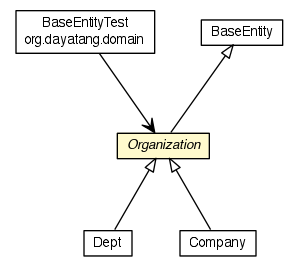
Before: dddlib-domain/testapidocs/org/dayatang/domain/entity/Organization.png, a diagram exported from Graphviz (dayatang/dddlib). Its source is kept beside it as dddlib-domain/testapidocs/org/dayatang/domain/entity/Organization.dot. Its diagram source:
```dot

digraph G {
	edge [fontname="Helvetica",fontsize=10,labelfontname="Helvetica",labelfontsize=10];
	node [fontname="Helvetica",fontsize=10,shape=plaintext];
	nodesep=0.25;
	ranksep=0.5;
	c3923 [label=<<table title="org.dayatang.domain.BaseEntityTest" border="0" cellborder="1" cellspacing="0" cellpadding="2" port="p" href="../BaseEntityTest.html">
		<tr><td><table border="0" cellspacing="0" cellpadding="1">
<tr><td align="center" balign="center"> BaseEntityTest </td></tr>
<tr><td align="center" balign="center"> org.dayatang.domain </td></tr>
		</table></td></tr>
		</table>>, URL="../BaseEntityTest.html", fontname="Helvetica", fontcolor="black", fontsize=10.0];
	c3927 [label=<<table title="org.dayatang.domain.entity.Organization" border="0" cellborder="1" cellspacing="0" cellpadding="2" port="p" bgcolor="lemonChiffon" href="./Organization.html">
		<tr><td><table border="0" cellspacing="0" cellpadding="1">
<tr><td align="center" balign="center"><font face="Helvetica-Oblique"> Organization </font></td></tr>
		</table></td></tr>
		</table>>, URL="./Organization.html", fontname="Helvetica", fontcolor="black", fontsize=10.0];
	c3929 [label=<<table title="org.dayatang.domain.entity.Dept" border="0" cellborder="1" cellspacing="0" cellpadding="2" port="p" href="./Dept.html">
		<tr><td><table border="0" cellspacing="0" cellpadding="1">
<tr><td align="center" balign="center"> Dept </td></tr>
		</table></td></tr>
		</table>>, URL="./Dept.html", fontname="Helvetica", fontcolor="black", fontsize=10.0];
	c3930 [label=<<table title="org.dayatang.domain.entity.Company" border="0" cellborder="1" cellspacing="0" cellpadding="2" port="p" href="./Company.html">
		<tr><td><table border="0" cellspacing="0" cellpadding="1">
<tr><td align="center" balign="center"> Company </td></tr>
		</table></td></tr>
		</table>>, URL="./Company.html", fontname="Helvetica", fontcolor="black", fontsize=10.0];
	c3987:p -> c3927:p [dir=back,arrowtail=empty];
	c3927:p -> c3929:p [dir=back,arrowtail=empty];
	c3927:p -> c3930:p [dir=back,arrowtail=empty];
	c3923:p -> c3927:p [taillabel="", label=" "headlabel="", fontname="Helvetica", fontcolor="black", fontsize=10.0, color="black", arrowhead=open];
	c3987[label=<<table title="BaseEntity" border="0" cellborder="1" cellspacing="0" cellpadding="2" port="p" href="http://java.sun.com/j2se/1.4.2/docs/api//BaseEntity.html">
		<tr><td><table border="0" cellspacing="0" cellpadding="1">
<tr><td align="center" balign="center"> BaseEntity </td></tr>
		</table></td></tr>
		</table>>, fontname="Helvetica", fontcolor="black", fontsize=10.0];
}
```
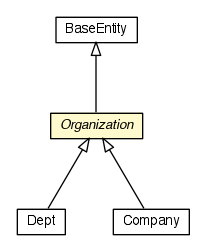
Later version of the same file.

Change to the diagram source:
```diff
@@ -4,32 +4,25 @@
 	node [fontname="Helvetica",fontsize=10,shape=plaintext];
 	nodesep=0.25;
 	ranksep=0.5;
-	c3923 [label=<<table title="org.dayatang.domain.BaseEntityTest" border="0" cellborder="1" cellspacing="0" cellpadding="2" port="p" href="../BaseEntityTest.html">
-		<tr><td><table border="0" cellspacing="0" cellpadding="1">
-<tr><td align="center" balign="center"> BaseEntityTest </td></tr>
-<tr><td align="center" balign="center"> org.dayatang.domain </td></tr>
-		</table></td></tr>
-		</table>>, URL="../BaseEntityTest.html", fontname="Helvetica", fontcolor="black", fontsize=10.0];
-	c3927 [label=<<table title="org.dayatang.domain.entity.Organization" border="0" cellborder="1" cellspacing="0" cellpadding="2" port="p" bgcolor="lemonChiffon" href="./Organization.html">
+	c3913 [label=<<table title="org.dayatang.domain.entity.Organization" border="0" cellborder="1" cellspacing="0" cellpadding="2" port="p" bgcolor="lemonChiffon" href="./Organization.html">
 		<tr><td><table border="0" cellspacing="0" cellpadding="1">
 <tr><td align="center" balign="center"><font face="Helvetica-Oblique"> Organization </font></td></tr>
 		</table></td></tr>
 		</table>>, URL="./Organization.html", fontname="Helvetica", fontcolor="black", fontsize=10.0];
-	c3929 [label=<<table title="org.dayatang.domain.entity.Dept" border="0" cellborder="1" cellspacing="0" cellpadding="2" port="p" href="./Dept.html">
+	c3915 [label=<<table title="org.dayatang.domain.entity.Dept" border="0" cellborder="1" cellspacing="0" cellpadding="2" port="p" href="./Dept.html">
 		<tr><td><table border="0" cellspacing="0" cellpadding="1">
 <tr><td align="center" balign="center"> Dept </td></tr>
 		</table></td></tr>
 		</table>>, URL="./Dept.html", fontname="Helvetica", fontcolor="black", fontsize=10.0];
-	c3930 [label=<<table title="org.dayatang.domain.entity.Company" border="0" cellborder="1" cellspacing="0" cellpadding="2" port="p" href="./Company.html">
+	c3916 [label=<<table title="org.dayatang.domain.entity.Company" border="0" cellborder="1" cellspacing="0" cellpadding="2" port="p" href="./Company.html">
 		<tr><td><table border="0" cellspacing="0" cellpadding="1">
 <tr><td align="center" balign="center"> Company </td></tr>
 		</table></td></tr>
 		</table>>, URL="./Company.html", fontname="Helvetica", fontcolor="black", fontsize=10.0];
-	c3987:p -> c3927:p [dir=back,arrowtail=empty];
-	c3927:p -> c3929:p [dir=back,arrowtail=empty];
-	c3927:p -> c3930:p [dir=back,arrowtail=empty];
-	c3923:p -> c3927:p [taillabel="", label=" "headlabel="", fontname="Helvetica", fontcolor="black", fontsize=10.0, color="black", arrowhead=open];
-	c3987[label=<<table title="BaseEntity" border="0" cellborder="1" cellspacing="0" cellpadding="2" port="p" href="http://java.sun.com/j2se/1.4.2/docs/api//BaseEntity.html">
+	c3973:p -> c3913:p [dir=back,arrowtail=empty];
+	c3913:p -> c3915:p [dir=back,arrowtail=empty];
+	c3913:p -> c3916:p [dir=back,arrowtail=empty];
+	c3973[label=<<table title="BaseEntity" border="0" cellborder="1" cellspacing="0" cellpadding="2" port="p">
 		<tr><td><table border="0" cellspacing="0" cellpadding="1">
 <tr><td align="center" balign="center"> BaseEntity </td></tr>
 		</table></td></tr>
```
